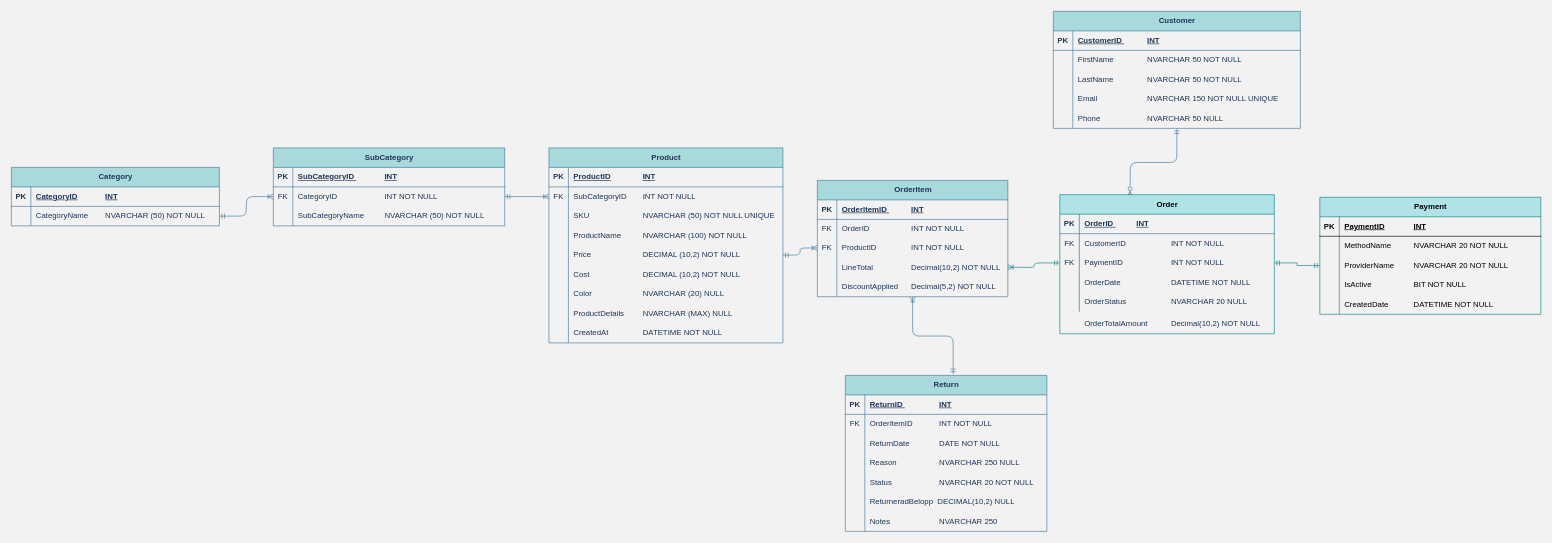
dargys/KimmosLektion keeps this draw.io diagram as page "Fysiska" (2 of 2) of NetOnNet.drawio. Above is the earlier version. Source tidied: cells renumbered, new cells numbered last; positions are measured from the earlier drawing's top-left corner, leaving out a move shared by most shapes. Both pictures are drawn from the tidied source at 65%, with x=0, y=0 at pixel (11, 11).
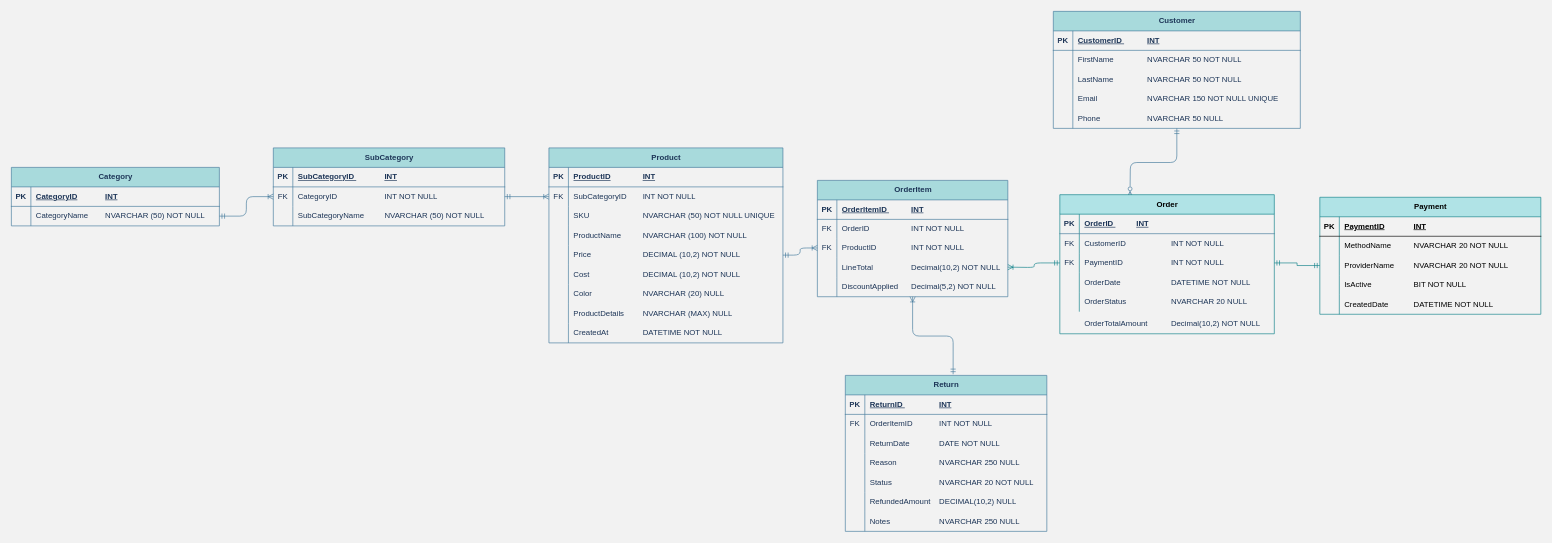
The same diagram, later.

Commit message (it also covers changes not shown here):
ny fält refundedAmount. Ny ERD av OLAP

The change refers to these unchanged cells:
```xml
<mxCell id="82" style="shape=tableRow;horizontal=0;startSize=0;swimlaneHead=0;swimlaneBody=0;fillColor=none;top=0;left=0;right=0;bottom=0;strokeColor=#457B9D;fontColor=#1D3557;labelBackgroundColor=none;" parent="66" vertex="1">
  <mxGeometry y="180" width="310" height="30" as="geometry" />
</mxCell>
<mxCell id="85" style="shape=tableRow;horizontal=0;startSize=0;swimlaneHead=0;swimlaneBody=0;fillColor=none;top=0;left=0;right=0;bottom=0;strokeColor=#457B9D;fontColor=#1D3557;labelBackgroundColor=none;" parent="66" vertex="1">
  <mxGeometry y="210" width="310" height="30" as="geometry" />
</mxCell>
```

What changed in the source:
```diff
@@
-    <mxCell id="84" value="ReturneradBelopp&amp;nbsp; DECIMAL(10,2) NULL" style="shape=partialRectangle;fillColor=none;top=0;left=0;bottom=0;right=0;align=left;spacingLeft=6;overflow=hidden;whiteSpace=wrap;html=1;strokeColor=#457B9D;fontColor=#1D3557;labelBackgroundColor=none;" parent="82" vertex="1">
+    <mxCell id="84" value="RefundedAmount&amp;nbsp; &amp;nbsp; DECIMAL(10,2) NULL" style="shape=partialRectangle;fillColor=none;top=0;left=0;bottom=0;right=0;align=left;spacingLeft=6;overflow=hidden;whiteSpace=wrap;html=1;strokeColor=#457B9D;fontColor=#1D3557;labelBackgroundColor=none;" parent="82" vertex="1">
       <mxGeometry x="30" width="280" height="30" as="geometry" />
     </mxCell>
@@
-    <mxCell id="87" value="Notes&lt;span style=&quot;white-space: pre;&quot;&gt;&#9;&lt;/span&gt;&lt;span style=&quot;white-space: pre;&quot;&gt;&#9;&lt;/span&gt;&lt;span style=&quot;white-space: pre;&quot;&gt;&#9;&lt;/span&gt;NVARCHAR 250" style="shape=partialRectangle;fillColor=none;top=0;left=0;bottom=0;right=0;align=left;spacingLeft=6;overflow=hidden;whiteSpace=wrap;html=1;strokeColor=#457B9D;fontColor=#1D3557;labelBackgroundColor=none;" parent="85" vertex="1">
+    <mxCell id="87" value="Notes&lt;span style=&quot;white-space: pre;&quot;&gt;&#9;&lt;/span&gt;&lt;span style=&quot;white-space: pre;&quot;&gt;&#9;&lt;/span&gt;&lt;span style=&quot;white-space: pre;&quot;&gt;&#9;&lt;/span&gt;NVARCHAR 250 NULL" style="shape=partialRectangle;fillColor=none;top=0;left=0;bottom=0;right=0;align=left;spacingLeft=6;overflow=hidden;whiteSpace=wrap;html=1;strokeColor=#457B9D;fontColor=#1D3557;labelBackgroundColor=none;" parent="85" vertex="1">
       <mxGeometry x="30" width="280" height="30" as="geometry" />
     </mxCell>
```
